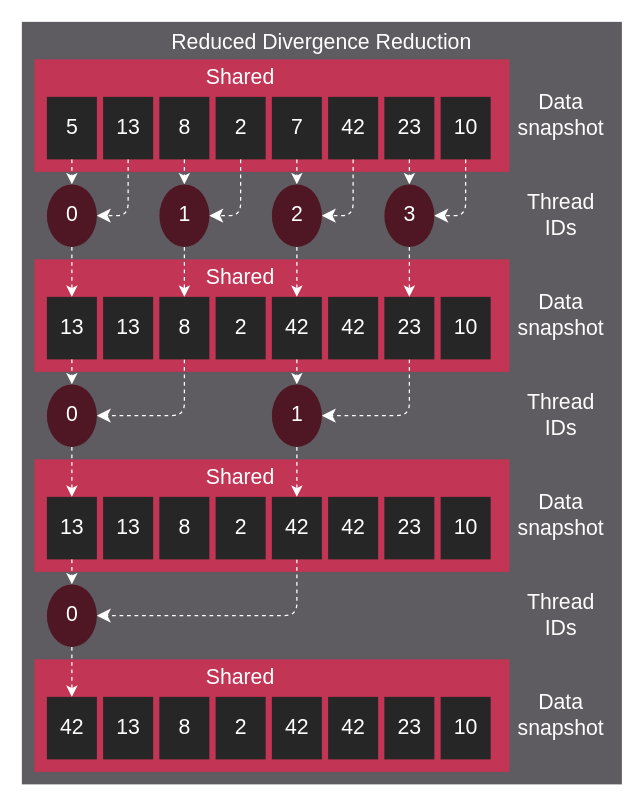
Above: docs/data/tutorial/reduction/reduced_divergence_reduction.drawio in ROCm/amd-rocm-optimization-guide (draw.io), before the change. Source tidied: cells renumbered, new cells numbered last; positions are measured from the earlier drawing's top-left corner, leaving out a move shared by most shapes. Both pictures are drawn from the tidied source at 125%, with x=0, y=0 at pixel (21, 21).
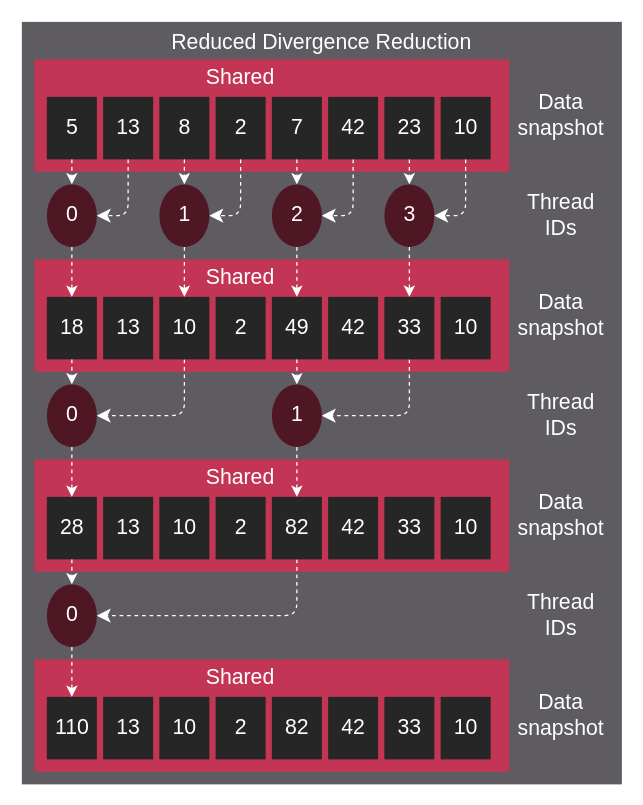
The same page after the edit.

Commit message (it also covers changes not shown here):
Overhaul reduction tutorial

Change to the diagram source:
```diff
@@
-    <mxCell id="41" value="13" style="text;html=1;strokeColor=none;fillColor=none;align=center;verticalAlign=middle;whiteSpace=wrap;rounded=0;fontFamily=Klavika;fontSize=17;fontColor=#FFFFFF;" parent="1" vertex="1">
+    <mxCell id="41" value="18" style="text;html=1;strokeColor=none;fillColor=none;align=center;verticalAlign=middle;whiteSpace=wrap;rounded=0;fontFamily=Klavika;fontSize=17;fontColor=#FFFFFF;" parent="1" vertex="1">
       <mxGeometry x="27.5" y="230" width="25" height="30" as="geometry" />
     </mxCell>
@@
-    <mxCell id="49" value="8" style="text;html=1;strokeColor=none;fillColor=none;align=center;verticalAlign=middle;whiteSpace=wrap;rounded=0;fontFamily=Klavika;fontSize=17;fontColor=#FFFFFF;" parent="1" vertex="1">
+    <mxCell id="49" value="10" style="text;html=1;strokeColor=none;fillColor=none;align=center;verticalAlign=middle;whiteSpace=wrap;rounded=0;fontFamily=Klavika;fontSize=17;fontColor=#FFFFFF;" parent="1" vertex="1">
       <mxGeometry x="117.5" y="230" width="25" height="30" as="geometry" />
     </mxCell>
@@
-    <mxCell id="53" value="42" style="text;html=1;strokeColor=none;fillColor=none;align=center;verticalAlign=middle;whiteSpace=wrap;rounded=0;fontFamily=Klavika;fontSize=17;fontColor=#FFFFFF;" parent="1" vertex="1">
+    <mxCell id="53" value="49" style="text;html=1;strokeColor=none;fillColor=none;align=center;verticalAlign=middle;whiteSpace=wrap;rounded=0;fontFamily=Klavika;fontSize=17;fontColor=#FFFFFF;" parent="1" vertex="1">
       <mxGeometry x="207.5" y="230" width="25" height="30" as="geometry" />
     </mxCell>
@@
-    <mxCell id="61" value="23" style="text;html=1;strokeColor=none;fillColor=none;align=center;verticalAlign=middle;whiteSpace=wrap;rounded=0;fontFamily=Klavika;fontSize=17;fontColor=#FFFFFF;" parent="1" vertex="1">
+    <mxCell id="61" value="33" style="text;html=1;strokeColor=none;fillColor=none;align=center;verticalAlign=middle;whiteSpace=wrap;rounded=0;fontFamily=Klavika;fontSize=17;fontColor=#FFFFFF;" parent="1" vertex="1">
       <mxGeometry x="297.5" y="230" width="25" height="30" as="geometry" />
     </mxCell>
@@
-    <mxCell id="71" value="13" style="text;html=1;strokeColor=none;fillColor=none;align=center;verticalAlign=middle;whiteSpace=wrap;rounded=0;fontFamily=Klavika;fontSize=17;fontColor=#FFFFFF;" parent="1" vertex="1">
+    <mxCell id="71" value="28" style="text;html=1;strokeColor=none;fillColor=none;align=center;verticalAlign=middle;whiteSpace=wrap;rounded=0;fontFamily=Klavika;fontSize=17;fontColor=#FFFFFF;" parent="1" vertex="1">
       <mxGeometry x="27.5" y="390" width="25" height="30" as="geometry" />
     </mxCell>
@@
-    <mxCell id="79" value="8" style="text;html=1;strokeColor=none;fillColor=none;align=center;verticalAlign=middle;whiteSpace=wrap;rounded=0;fontFamily=Klavika;fontSize=17;fontColor=#FFFFFF;" parent="1" vertex="1">
+    <mxCell id="79" value="10" style="text;html=1;strokeColor=none;fillColor=none;align=center;verticalAlign=middle;whiteSpace=wrap;rounded=0;fontFamily=Klavika;fontSize=17;fontColor=#FFFFFF;" parent="1" vertex="1">
       <mxGeometry x="117.5" y="390" width="25" height="30" as="geometry" />
     </mxCell>
@@
-    <mxCell id="83" value="42" style="text;html=1;strokeColor=none;fillColor=none;align=center;verticalAlign=middle;whiteSpace=wrap;rounded=0;fontFamily=Klavika;fontSize=17;fontColor=#FFFFFF;" parent="1" vertex="1">
+    <mxCell id="83" value="82" style="text;html=1;strokeColor=none;fillColor=none;align=center;verticalAlign=middle;whiteSpace=wrap;rounded=0;fontFamily=Klavika;fontSize=17;fontColor=#FFFFFF;" parent="1" vertex="1">
       <mxGeometry x="207.5" y="390" width="25" height="30" as="geometry" />
     </mxCell>
@@
-    <mxCell id="87" value="23" style="text;html=1;strokeColor=none;fillColor=none;align=center;verticalAlign=middle;whiteSpace=wrap;rounded=0;fontFamily=Klavika;fontSize=17;fontColor=#FFFFFF;" parent="1" vertex="1">
+    <mxCell id="87" value="33" style="text;html=1;strokeColor=none;fillColor=none;align=center;verticalAlign=middle;whiteSpace=wrap;rounded=0;fontFamily=Klavika;fontSize=17;fontColor=#FFFFFF;" parent="1" vertex="1">
       <mxGeometry x="297.5" y="390" width="25" height="30" as="geometry" />
     </mxCell>
@@
-    <mxCell id="95" value="42" style="text;html=1;strokeColor=none;fillColor=none;align=center;verticalAlign=middle;whiteSpace=wrap;rounded=0;fontFamily=Klavika;fontSize=17;fontColor=#FFFFFF;" parent="1" vertex="1">
+    <mxCell id="95" value="110" style="text;html=1;strokeColor=none;fillColor=none;align=center;verticalAlign=middle;whiteSpace=wrap;rounded=0;fontFamily=Klavika;fontSize=17;fontColor=#FFFFFF;" parent="1" vertex="1">
       <mxGeometry x="27.5" y="550" width="25" height="30" as="geometry" />
     </mxCell>
@@
-    <mxCell id="100" value="8" style="text;html=1;strokeColor=none;fillColor=none;align=center;verticalAlign=middle;whiteSpace=wrap;rounded=0;fontFamily=Klavika;fontSize=17;fontColor=#FFFFFF;" parent="1" vertex="1">
+    <mxCell id="100" value="10" style="text;html=1;strokeColor=none;fillColor=none;align=center;verticalAlign=middle;whiteSpace=wrap;rounded=0;fontFamily=Klavika;fontSize=17;fontColor=#FFFFFF;" parent="1" vertex="1">
       <mxGeometry x="117.5" y="550" width="25" height="30" as="geometry" />
     </mxCell>
@@
-    <mxCell id="104" value="42" style="text;html=1;strokeColor=none;fillColor=none;align=center;verticalAlign=middle;whiteSpace=wrap;rounded=0;fontFamily=Klavika;fontSize=17;fontColor=#FFFFFF;" parent="1" vertex="1">
+    <mxCell id="104" value="82" style="text;html=1;strokeColor=none;fillColor=none;align=center;verticalAlign=middle;whiteSpace=wrap;rounded=0;fontFamily=Klavika;fontSize=17;fontColor=#FFFFFF;" parent="1" vertex="1">
       <mxGeometry x="207.5" y="550" width="25" height="30" as="geometry" />
     </mxCell>
@@
-    <mxCell id="108" value="23" style="text;html=1;strokeColor=none;fillColor=none;align=center;verticalAlign=middle;whiteSpace=wrap;rounded=0;fontFamily=Klavika;fontSize=17;fontColor=#FFFFFF;" parent="1" vertex="1">
+    <mxCell id="108" value="33" style="text;html=1;strokeColor=none;fillColor=none;align=center;verticalAlign=middle;whiteSpace=wrap;rounded=0;fontFamily=Klavika;fontSize=17;fontColor=#FFFFFF;" parent="1" vertex="1">
       <mxGeometry x="297.5" y="550" width="25" height="30" as="geometry" />
     </mxCell>
```
